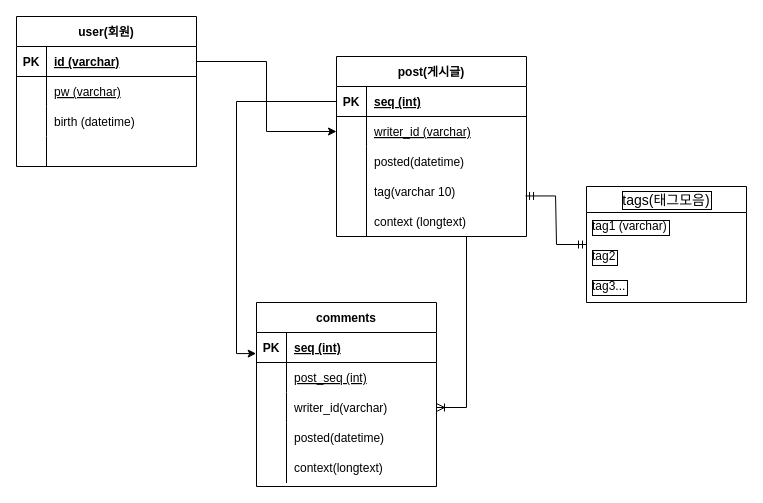
Earlier version of the draw.io diagram 제목 없는 다이어그램.drawio (RushBsite/Goorm_infra_diagram). Source tidied: cells renumbered, new cells numbered last; positions are measured from the earlier drawing's top-left corner, leaving out a move shared by most shapes. Both pictures are drawn from the tidied source at 100%, with x=0, y=0 at pixel (16, 16).
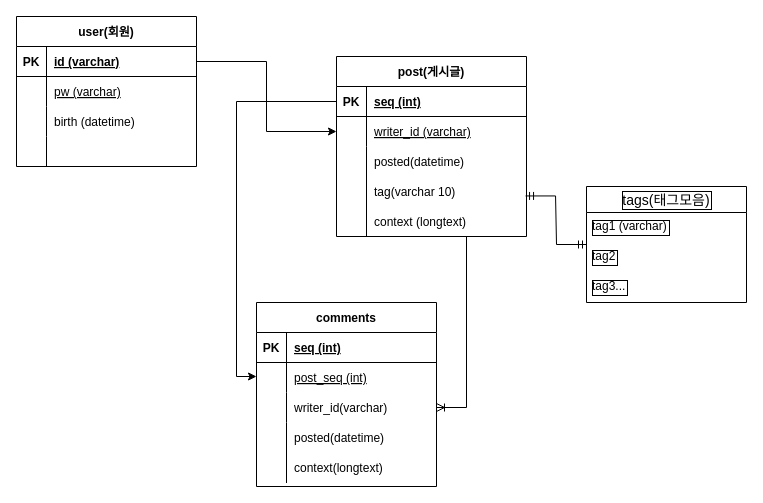
The same page after the edit.

Commit message:
제목 없는 다이어그램.drawio 업데이트

Unchanged cells that the change refers to:
```xml
<mxCell id="16" style="shape=tableRow;horizontal=0;startSize=0;swimlaneHead=0;swimlaneBody=0;fillColor=none;points=[[0,0.5],[1,0.5]];portConstraint=eastwest;top=0;left=0;right=0;bottom=1;" parent="15" vertex="1">
  <mxGeometry y="30" width="190" height="30" as="geometry" />
</mxCell>
<mxCell id="38" style="shape=tableRow;horizontal=0;startSize=0;swimlaneHead=0;swimlaneBody=0;fillColor=none;points=[[0,0.5],[1,0.5]];portConstraint=eastwest;top=0;left=0;right=0;bottom=1;labelBorderColor=default;" parent="37" vertex="1">
  <mxGeometry y="30" width="180" height="30" as="geometry" />
</mxCell>
<mxCell id="41" style="shape=tableRow;horizontal=0;startSize=0;swimlaneHead=0;swimlaneBody=0;fillColor=none;points=[[0,0.5],[1,0.5]];portConstraint=eastwest;top=0;left=0;right=0;bottom=0;labelBorderColor=default;" parent="37" vertex="1">
  <mxGeometry y="60" width="180" height="30" as="geometry" />
</mxCell>
```

What changed in the source:
```diff
@@
-    <mxCell id="53" style="edgeStyle=orthogonalEdgeStyle;rounded=0;jettySize=auto;html=1;entryX=-0.002;entryY=0.702;entryDx=0;entryDy=0;entryPerimeter=0;" parent="1" edge="1" source="16" target="38">
-      <mxGeometry relative="1" as="geometry" />
+    <mxCell id="53" style="edgeStyle=orthogonalEdgeStyle;rounded=0;jettySize=auto;html=1;" parent="1" edge="1" source="16" target="41">
+      <mxGeometry relative="1" as="geometry">
+        <Array as="points">
+          <mxPoint x="220" y="85" />
+          <mxPoint x="220" y="360" />
+        </Array>
+      </mxGeometry>
     </mxCell>
```
